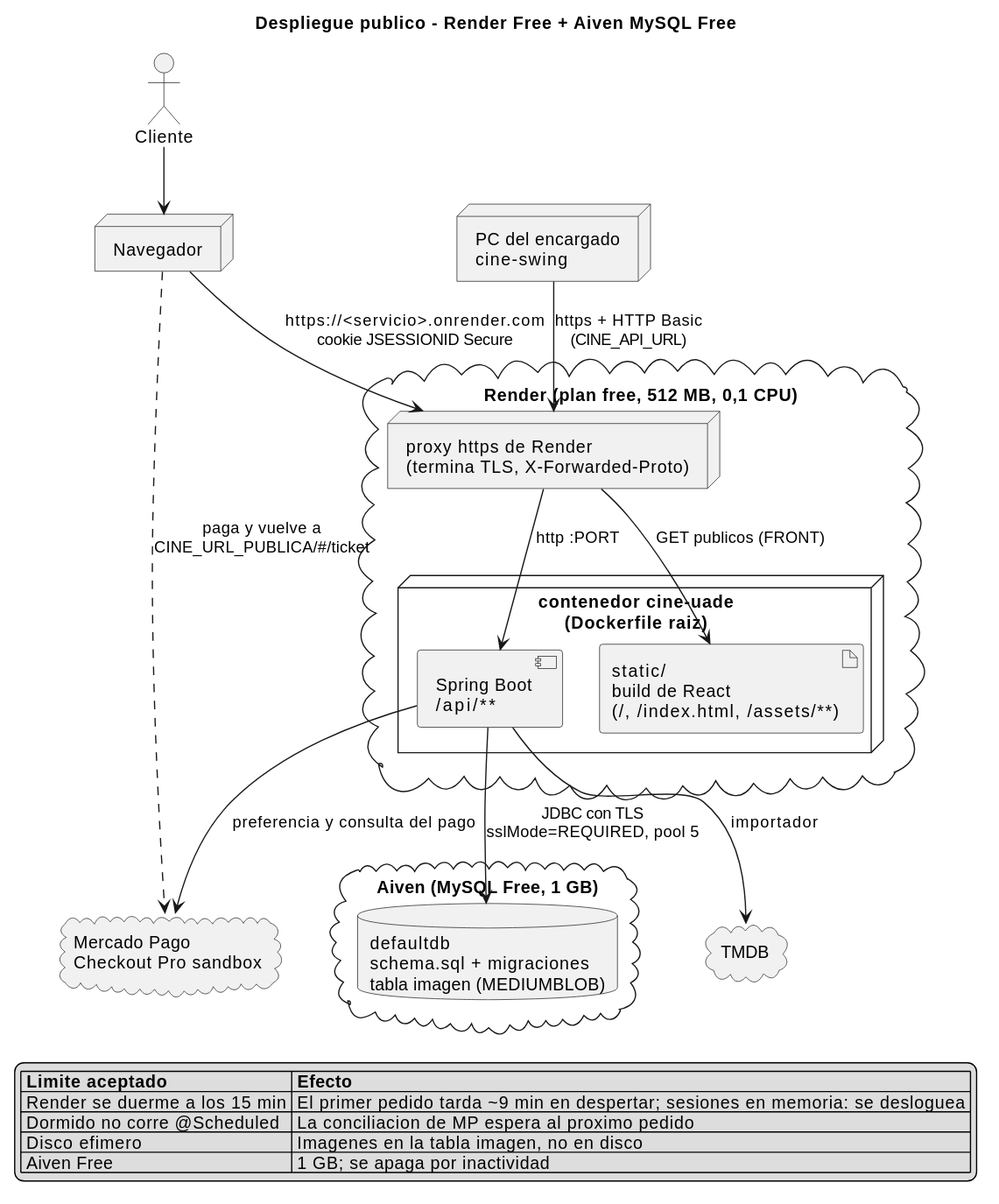
Above: _other/docs/diagramas/despliegue-render.svg in andreiveisuade/cine-uade (PlantUML), before the change. The source it was exported from:
```plantuml
@startuml
title Despliegue publico - Render Free + Aiven MySQL Free

skinparam nodesep 30
skinparam ranksep 45

actor "Cliente" as cliente
node "Navegador" as web
node "PC del encargado\ncine-swing" as swing

cloud "Render (plan free, 512 MB, 0,1 CPU)" {
  node "proxy https de Render\n(termina TLS, X-Forwarded-Proto)" as proxy
  node "contenedor cine-uade\n(Dockerfile raiz)" {
    component "Spring Boot\n/api/**" as api
    artifact "static/\nbuild de React\n(/, /index.html, /assets/**)" as front
  }
}

cloud "Aiven (MySQL Free, 1 GB)" {
  database "defaultdb\nschema.sql + migraciones\ntabla imagen (MEDIUMBLOB)" as aiven
}

cloud "Mercado Pago\nCheckout Pro sandbox" as mp
cloud "TMDB" as tmdb

cliente --> web
web --> proxy : "https://<servicio>.onrender.com\ncookie JSESSIONID Secure"
swing --> proxy : "https + HTTP Basic\n(CINE_API_URL)"
proxy --> api : "http :PORT"
proxy --> front : "GET publicos (FRONT)"
api --> aiven : "JDBC con TLS\nsslMode=REQUIRED, pool 5"
api --> mp : "preferencia y consulta del pago"
web ..> mp : "paga y vuelve a\nCINE_URL_PUBLICA/#/ticket"
api --> tmdb : "importador"

legend bottom
  |= Limite aceptado |= Efecto |
  | Render se duerme a los 15 min | El primer pedido tarda ~9 min en despertar; sesiones en memoria: se desloguea |
  | Dormido no corre @Scheduled | La conciliacion de MP espera al proximo pedido |
  | Disco efimero | Imagenes en la tabla imagen, no en disco |
  | Aiven Free | 1 GB; se apaga por inactividad |
endlegend
@enduml
```
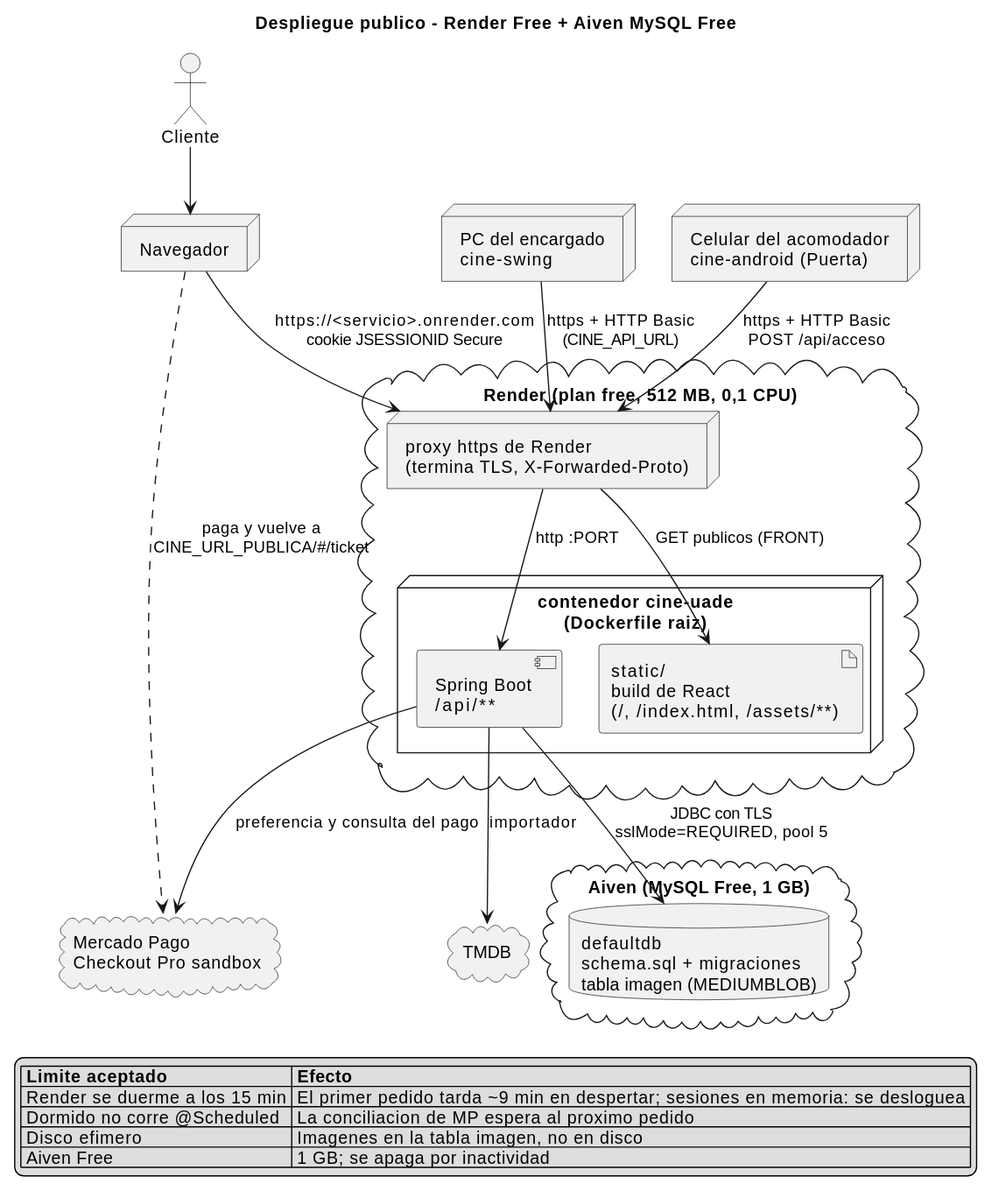
Later version of the same file.

Commit message:
docs(diagramas): despliegue con la puerta en android como tercer cliente

The edit, as a diff of the source:
```diff
@@ -7,6 +7,7 @@
 actor "Cliente" as cliente
 node "Navegador" as web
 node "PC del encargado\ncine-swing" as swing
+node "Celular del acomodador\ncine-android (Puerta)" as android
 
 cloud "Render (plan free, 512 MB, 0,1 CPU)" {
   node "proxy https de Render\n(termina TLS, X-Forwarded-Proto)" as proxy
@@ -26,6 +27,7 @@
 cliente --> web
 web --> proxy : "https://<servicio>.onrender.com\ncookie JSESSIONID Secure"
 swing --> proxy : "https + HTTP Basic\n(CINE_API_URL)"
+android --> proxy : "https + HTTP Basic\nPOST /api/acceso"
 proxy --> api : "http :PORT"
 proxy --> front : "GET publicos (FRONT)"
 api --> aiven : "JDBC con TLS\nsslMode=REQUIRED, pool 5"
```
